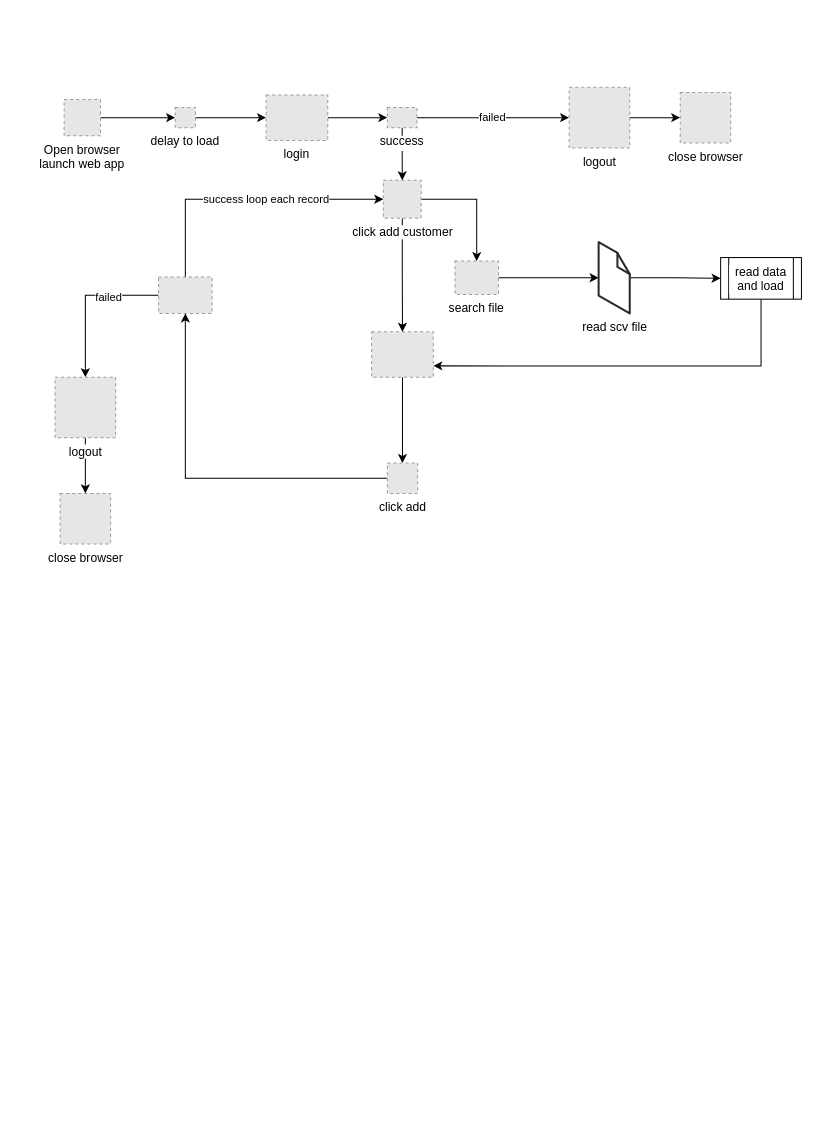
Before: rpa-customer-data-load.drawio in jfruiz11375/rpa-diagrams, a draw.io diagram. Source tidied: cells renumbered, new cells numbered last; positions are measured from the earlier drawing's top-left corner, leaving out a move shared by most shapes. Both pictures are drawn from the tidied source at 101%, with x=0, y=0 at pixel (55, 87). Pictures stored in the file or linked from it are replaced by grey dashed boxes.
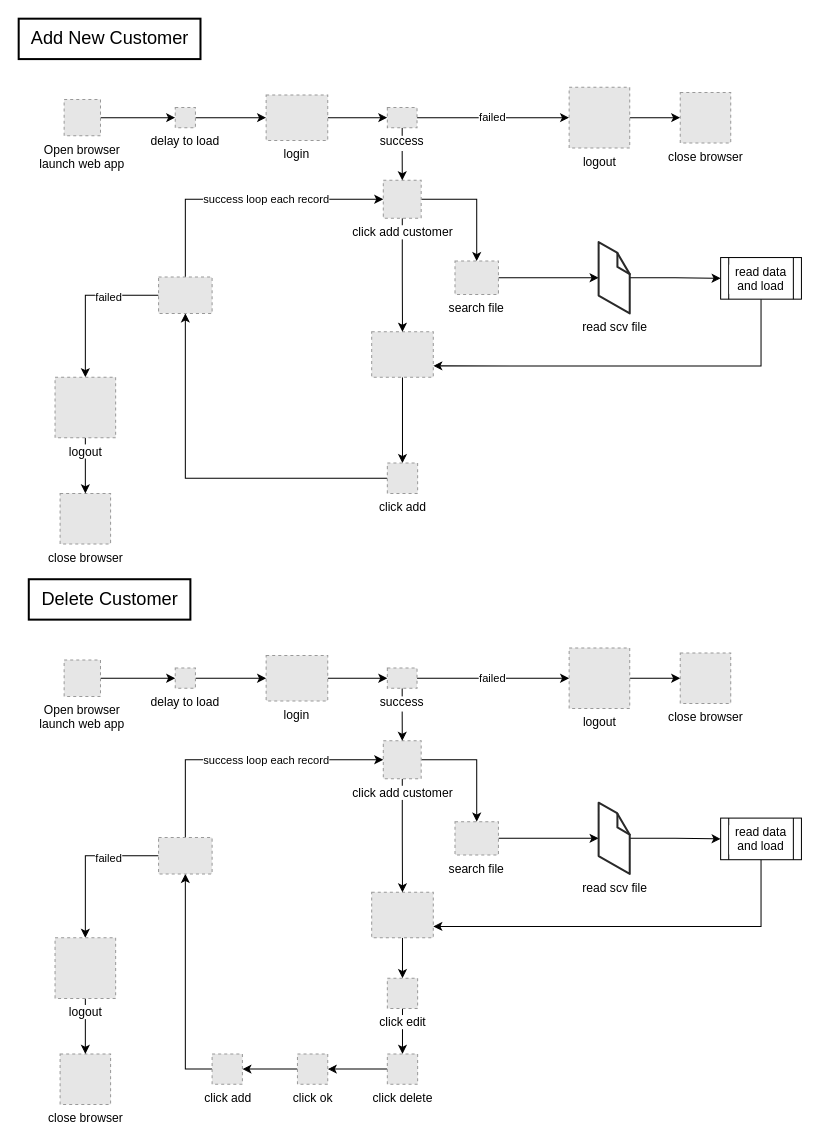
After the change.

Change to the diagram source:
```diff
@@
+    <mxCell id="33" value="Add New Customer" style="text;html=1;align=center;verticalAlign=middle;fillColor=none;strokeColor=default;rounded=0;strokeWidth=2;fontSize=18;" parent="1" vertex="1">
+      <mxGeometry x="-36" y="-68" width="180" height="40" as="geometry" />
+    </mxCell>
+    <mxCell id="34" style="edgeStyle=orthogonalEdgeStyle;rounded=0;jettySize=auto;html=1;" parent="1" edge="1" source="35" target="64">
+      <mxGeometry relative="1" as="geometry" />
+    </mxCell>
+    <mxCell id="35" value="search file" style="fillColor=#E6E6E6;strokeColor=#999999;dashed=1;verticalLabelPosition=bottom;labelBackgroundColor=#ffffff;verticalAlign=top;" parent="1" vertex="1">
+      <mxGeometry x="396" y="727" width="43" height="33" as="geometry" />
+    </mxCell>
+    <mxCell id="36" style="edgeStyle=orthogonalEdgeStyle;rounded=0;jettySize=auto;html=1;" parent="1" edge="1" source="37" target="50">
+      <mxGeometry relative="1" as="geometry" />
+    </mxCell>
+    <mxCell id="37" value="login" style="fillColor=#E6E6E6;strokeColor=#999999;dashed=1;verticalLabelPosition=bottom;labelBackgroundColor=#ffffff;verticalAlign=top;" parent="1" vertex="1">
+      <mxGeometry x="209" y="562.5" width="61" height="45" as="geometry" />
+    </mxCell>
+    <mxCell id="38" style="edgeStyle=orthogonalEdgeStyle;rounded=0;jettySize=auto;html=1;fontSize=18;" parent="1" edge="1" source="39" target="67">
+      <mxGeometry relative="1" as="geometry" />
+    </mxCell>
+    <mxCell id="39" style="fillColor=#E6E6E6;strokeColor=#999999;dashed=1;verticalLabelPosition=bottom;labelBackgroundColor=#ffffff;verticalAlign=top;" parent="1" vertex="1">
+      <mxGeometry x="313.5" y="797" width="61" height="45" as="geometry" />
+    </mxCell>
+    <mxCell id="40" style="edgeStyle=orthogonalEdgeStyle;rounded=0;jettySize=auto;html=1;" parent="1" edge="1" source="41" target="43">
+      <mxGeometry relative="1" as="geometry" />
+    </mxCell>
+    <mxCell id="41" value="Open browser&#10;launch web app" style="fillColor=#E6E6E6;strokeColor=#999999;dashed=1;verticalLabelPosition=bottom;labelBackgroundColor=#ffffff;verticalAlign=top;" parent="1" vertex="1">
+      <mxGeometry x="9" y="567" width="36" height="36" as="geometry" />
+    </mxCell>
+    <mxCell id="42" style="edgeStyle=orthogonalEdgeStyle;rounded=0;jettySize=auto;html=1;" parent="1" edge="1" source="43" target="37">
+      <mxGeometry relative="1" as="geometry" />
+    </mxCell>
+    <mxCell id="43" value="delay to load" style="fillColor=#E6E6E6;strokeColor=#999999;dashed=1;verticalLabelPosition=bottom;labelBackgroundColor=#ffffff;verticalAlign=top;" parent="1" vertex="1">
+      <mxGeometry x="119" y="575" width="20" height="20" as="geometry" />
+    </mxCell>
+    <mxCell id="44" style="edgeStyle=orthogonalEdgeStyle;rounded=0;jettySize=auto;html=1;" parent="1" edge="1" source="64" target="52">
+      <mxGeometry relative="1" as="geometry" />
+    </mxCell>
+    <mxCell id="45" style="edgeStyle=orthogonalEdgeStyle;rounded=0;jettySize=auto;html=1;" parent="1" edge="1" source="47" target="39">
+      <mxGeometry relative="1" as="geometry" />
+    </mxCell>
+    <mxCell id="46" style="edgeStyle=orthogonalEdgeStyle;rounded=0;jettySize=auto;html=1;" parent="1" edge="1" source="47" target="35">
+      <mxGeometry relative="1" as="geometry" />
+    </mxCell>
+    <mxCell id="47" value="click add customer" style="fillColor=#E6E6E6;strokeColor=#999999;dashed=1;html=1;verticalAlign=top;verticalLabelPosition=bottom;labelBackgroundColor=#ffffff;" parent="1" vertex="1">
+      <mxGeometry x="325" y="647" width="37.5" height="37.5" as="geometry" />
+    </mxCell>
+    <mxCell id="48" style="edgeStyle=orthogonalEdgeStyle;rounded=0;jettySize=auto;html=1;" parent="1" edge="1" source="50" target="47">
+      <mxGeometry relative="1" as="geometry" />
+    </mxCell>
+    <mxCell id="49" value="failed" style="edgeStyle=orthogonalEdgeStyle;rounded=0;jettySize=auto;html=1;entryX=0;entryY=0.5;entryDx=0;entryDy=0;" parent="1" edge="1" source="50" target="62">
+      <mxGeometry relative="1" as="geometry" />
+    </mxCell>
+    <mxCell id="50" value="success" style="fillColor=#E6E6E6;strokeColor=#999999;dashed=1;verticalLabelPosition=bottom;labelBackgroundColor=#ffffff;verticalAlign=top;" parent="1" vertex="1">
+      <mxGeometry x="329" y="575" width="29.4" height="20" as="geometry" />
+    </mxCell>
+    <mxCell id="51" style="edgeStyle=orthogonalEdgeStyle;rounded=0;jettySize=auto;html=1;entryX=1;entryY=0.75;entryDx=0;entryDy=0;" parent="1" edge="1" source="52" target="39">
+      <mxGeometry relative="1" as="geometry">
+        <Array as="points">
+          <mxPoint x="699" y="831" />
+        </Array>
+      </mxGeometry>
+    </mxCell>
+    <mxCell id="52" value="read data and load" style="shape=process;whiteSpace=wrap;html=1;backgroundOutline=1;verticalAlign=top;labelBackgroundColor=#ffffff;" parent="1" vertex="1">
+      <mxGeometry x="659" y="723.5" width="80" height="41.2" as="geometry" />
+    </mxCell>
+    <mxCell id="53" style="edgeStyle=orthogonalEdgeStyle;rounded=0;jettySize=auto;html=1;entryX=0.5;entryY=1;entryDx=0;entryDy=0;exitX=0;exitY=0.5;exitDx=0;exitDy=0;" parent="1" edge="1" source="54" target="57">
+      <mxGeometry relative="1" as="geometry">
+        <Array as="points">
+          <mxPoint x="129" y="972" />
+        </Array>
+      </mxGeometry>
+    </mxCell>
+    <mxCell id="54" value="click add" style="fillColor=#E6E6E6;strokeColor=#999999;dashed=1;html=1;verticalAlign=top;verticalLabelPosition=bottom;labelBackgroundColor=#ffffff;" parent="1" vertex="1">
+      <mxGeometry x="155.5" y="957" width="30" height="30" as="geometry" />
+    </mxCell>
+    <mxCell id="55" value="success loop each record" style="edgeStyle=orthogonalEdgeStyle;rounded=0;jettySize=auto;html=1;entryX=0;entryY=0.5;entryDx=0;entryDy=0;exitX=0.5;exitY=0;exitDx=0;exitDy=0;" parent="1" edge="1" source="57" target="47">
+      <mxGeometry x="0.15" relative="1" as="geometry">
+        <Array as="points">
+          <mxPoint x="129" y="666" />
+        </Array>
+      </mxGeometry>
+    </mxCell>
+    <mxCell id="56" value="failed" style="edgeStyle=orthogonalEdgeStyle;rounded=0;jettySize=auto;html=1;" parent="1" edge="1" source="57" target="60">
+      <mxGeometry x="-0.35" y="2" relative="1" as="geometry" />
+    </mxCell>
+    <mxCell id="57" style="fillColor=#E6E6E6;strokeColor=#999999;dashed=1;verticalLabelPosition=bottom;labelBackgroundColor=#ffffff;verticalAlign=top;" parent="1" vertex="1">
+      <mxGeometry x="102.5" y="742.8" width="53" height="36" as="geometry" />
+    </mxCell>
+    <mxCell id="58" value="close browser" style="fillColor=#E6E6E6;strokeColor=#999999;dashed=1;html=1;verticalAlign=top;verticalLabelPosition=bottom;labelBackgroundColor=#ffffff;" parent="1" vertex="1">
+      <mxGeometry x="5" y="957" width="50" height="50" as="geometry" />
+    </mxCell>
+    <mxCell id="59" style="edgeStyle=orthogonalEdgeStyle;rounded=0;jettySize=auto;html=1;" parent="1" edge="1" source="60" target="58">
+      <mxGeometry relative="1" as="geometry" />
+    </mxCell>
+    <mxCell id="60" value="logout" style="fillColor=#E6E6E6;strokeColor=#999999;dashed=1;html=1;verticalAlign=top;verticalLabelPosition=bottom;labelBackgroundColor=#ffffff;" parent="1" vertex="1">
+      <mxGeometry y="842" width="60" height="60" as="geometry" />
+    </mxCell>
+    <mxCell id="61" style="edgeStyle=orthogonalEdgeStyle;rounded=0;jettySize=auto;html=1;" parent="1" edge="1" source="62" target="63">
+      <mxGeometry relative="1" as="geometry" />
+    </mxCell>
+    <mxCell id="62" value="logout" style="fillColor=#E6E6E6;strokeColor=#999999;dashed=1;html=1;verticalAlign=top;verticalLabelPosition=bottom;labelBackgroundColor=#ffffff;" parent="1" vertex="1">
+      <mxGeometry x="509" y="555" width="60" height="60" as="geometry" />
+    </mxCell>
+    <mxCell id="63" value="close browser" style="fillColor=#E6E6E6;strokeColor=#999999;dashed=1;html=1;verticalAlign=top;verticalLabelPosition=bottom;labelBackgroundColor=#ffffff;" parent="1" vertex="1">
+      <mxGeometry x="619" y="560" width="50" height="50" as="geometry" />
+    </mxCell>
+    <mxCell id="64" value="read scv file" style="verticalLabelPosition=bottom;html=1;verticalAlign=top;strokeWidth=1;align=center;outlineConnect=0;dashed=0;outlineConnect=0;shape=mxgraph.aws3d.file;strokeColor=#292929;" parent="1" vertex="1">
+      <mxGeometry x="538.2" y="708.2" width="30.8" height="70.6" as="geometry" />
+    </mxCell>
+    <mxCell id="65" value="Delete Customer" style="text;html=1;align=center;verticalAlign=middle;fillColor=none;strokeColor=default;rounded=0;strokeWidth=2;fontSize=18;" parent="1" vertex="1">
+      <mxGeometry x="-26" y="487" width="160" height="40" as="geometry" />
+    </mxCell>
+    <mxCell id="66" style="edgeStyle=orthogonalEdgeStyle;rounded=0;jettySize=auto;html=1;entryX=0.5;entryY=0;entryDx=0;entryDy=0;fontSize=18;" parent="1" edge="1" source="67" target="69">
+      <mxGeometry relative="1" as="geometry" />
+    </mxCell>
+    <mxCell id="67" value="click edit" style="fillColor=#E6E6E6;strokeColor=#999999;dashed=1;html=1;verticalAlign=top;verticalLabelPosition=bottom;labelBackgroundColor=#ffffff;" parent="1" vertex="1">
+      <mxGeometry x="329" y="882" width="30" height="30" as="geometry" />
+    </mxCell>
+    <mxCell id="68" style="edgeStyle=orthogonalEdgeStyle;rounded=0;jettySize=auto;html=1;fontSize=18;" parent="1" edge="1" source="69" target="71">
+      <mxGeometry relative="1" as="geometry" />
+    </mxCell>
+    <mxCell id="69" value="click delete" style="fillColor=#E6E6E6;strokeColor=#999999;dashed=1;html=1;verticalAlign=top;verticalLabelPosition=bottom;labelBackgroundColor=#ffffff;" parent="1" vertex="1">
+      <mxGeometry x="329" y="957" width="30" height="30" as="geometry" />
+    </mxCell>
+    <mxCell id="70" style="edgeStyle=orthogonalEdgeStyle;rounded=0;jettySize=auto;html=1;fontSize=18;" parent="1" edge="1" source="71" target="54">
+      <mxGeometry relative="1" as="geometry" />
+    </mxCell>
+    <mxCell id="71" value="click ok" style="fillColor=#E6E6E6;strokeColor=#999999;dashed=1;html=1;verticalAlign=top;verticalLabelPosition=bottom;labelBackgroundColor=#ffffff;" parent="1" vertex="1">
+      <mxGeometry x="240" y="957" width="30" height="30" as="geometry" />
+    </mxCell>
```
